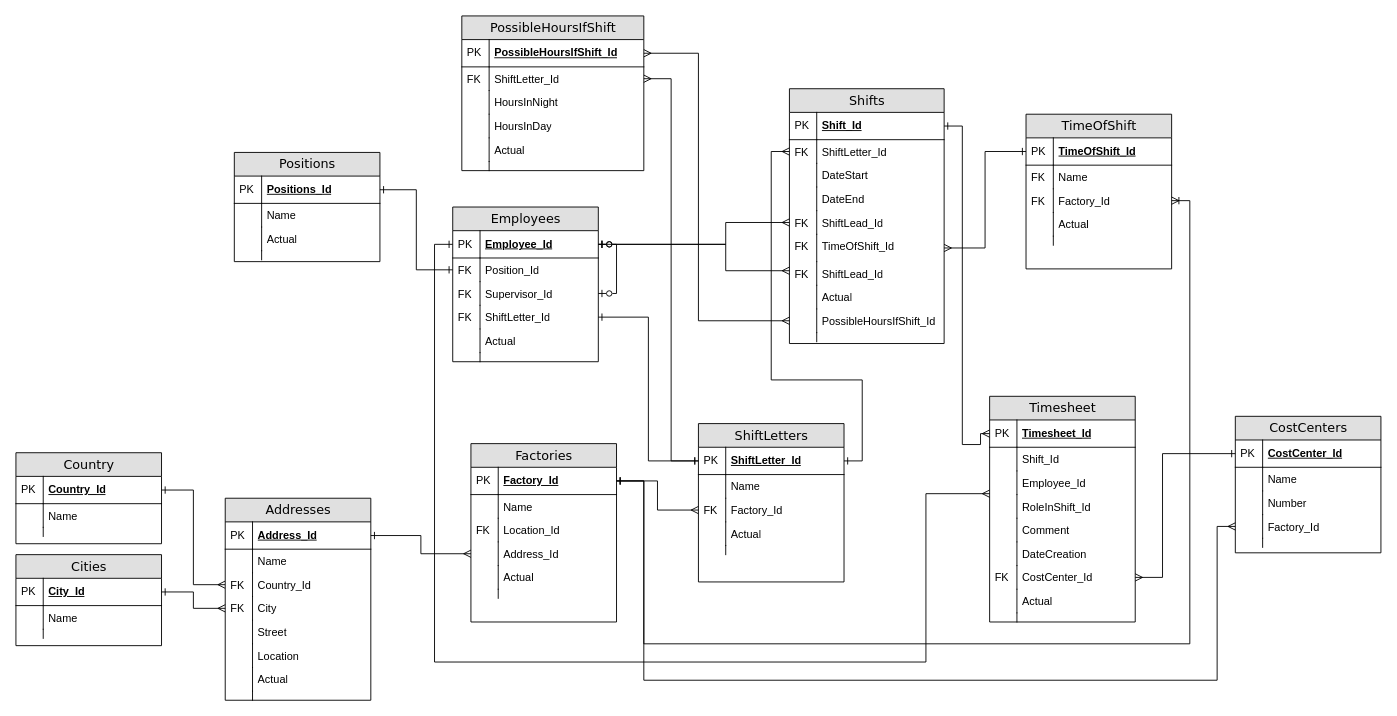
posscriptum/BD_Diagram keeps this draw.io diagram as График работы сотрудников по сменам.drawio. Above is the earlier version. Source tidied: cells renumbered, new cells numbered last; positions are measured from the earlier drawing's top-left corner, leaving out a move shared by most shapes. Both pictures are drawn from the tidied source at 91%, with x=0, y=0 at pixel (15, 15).
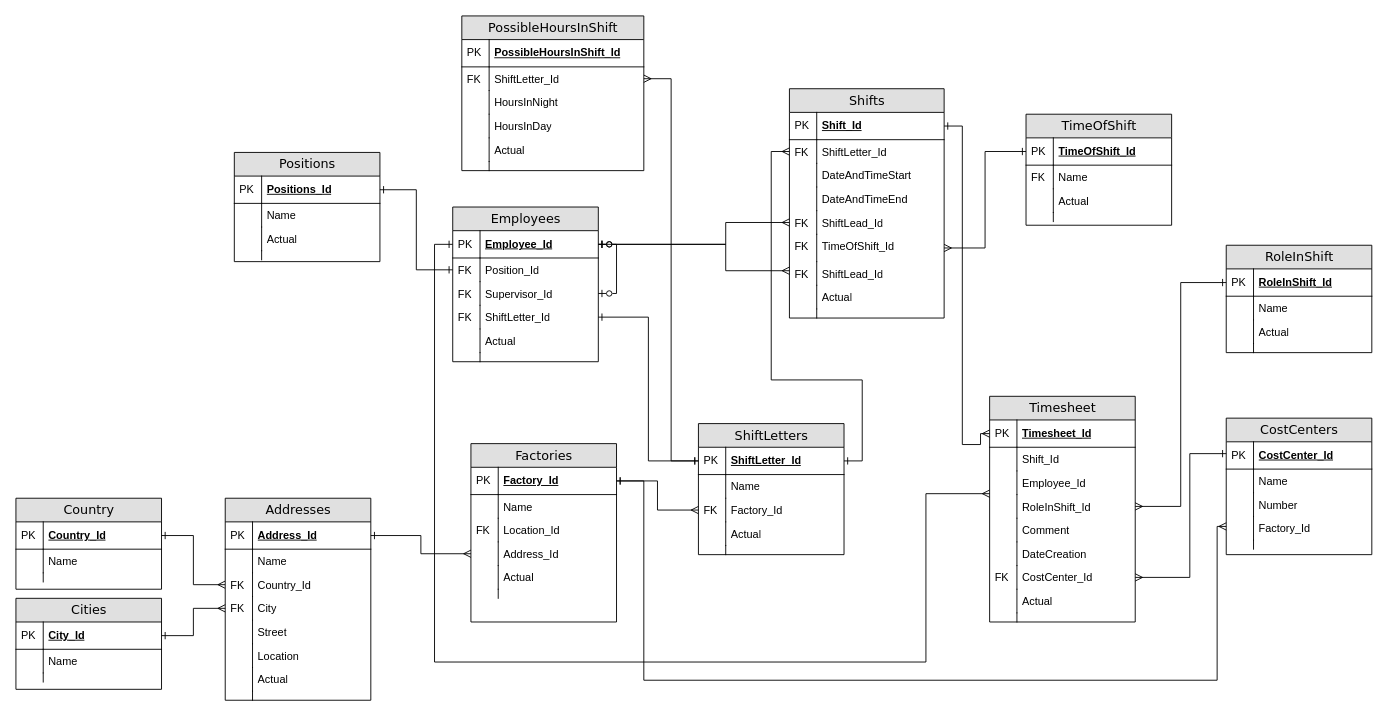
After the change.

The change refers to these unchanged cells:
```xml
<mxCell id="44" value="RoleInShift_Id" style="shape=partialRectangle;top=0;left=0;right=0;bottom=0;html=1;align=left;verticalAlign=top;fillColor=none;spacingLeft=34;spacingRight=4;whiteSpace=wrap;overflow=hidden;points=[[0,0.5],[1,0.5]];portConstraint=eastwest;" parent="37" vertex="1">
  <mxGeometry y="108" width="160" height="26" as="geometry" />
</mxCell>
<mxCell id="50" value="CostCenter_Id" style="shape=partialRectangle;top=0;left=0;right=0;bottom=0;html=1;align=left;verticalAlign=top;fillColor=none;spacingLeft=34;spacingRight=4;whiteSpace=wrap;overflow=hidden;points=[[0,0.5],[1,0.5]];portConstraint=eastwest;" parent="37" vertex="1">
  <mxGeometry y="186" width="160" height="26" as="geometry" />
</mxCell>
<mxCell id="91" value="Factory_Id" style="shape=partialRectangle;top=0;left=0;right=0;bottom=1;html=1;align=left;verticalAlign=middle;fillColor=none;spacingLeft=34;spacingRight=4;whiteSpace=wrap;overflow=hidden;points=[[0,0.5],[1,0.5]];portConstraint=eastwest;fontStyle=5;" parent="90" vertex="1">
  <mxGeometry y="26" width="160" height="30" as="geometry" />
</mxCell>
<mxCell id="145" value="CostCenter_Id" style="shape=partialRectangle;top=0;left=0;right=0;bottom=1;html=1;align=left;verticalAlign=middle;fillColor=none;spacingLeft=34;spacingRight=4;whiteSpace=wrap;overflow=hidden;points=[[0,0.5],[1,0.5]];portConstraint=eastwest;fontStyle=5;" parent="144" vertex="1">
  <mxGeometry y="26" width="160" height="30" as="geometry" />
</mxCell>
```

The edit, as a diff of the source:
```diff
@@
     <mxCell id="2" value="Shifts" style="swimlane;html=1;fontStyle=0;horizontal=1;startSize=26;fillColor=#e0e0e0;swimlaneFillColor=#ffffff;align=center;rounded=0;shadow=0;comic=0;labelBackgroundColor=none;strokeWidth=1;fontFamily=Verdana;fontSize=14;swimlaneLine=1;" parent="1" vertex="1">
-      <mxGeometry x="850" y="80" width="170" height="280" as="geometry" />
+      <mxGeometry x="850" y="80" width="170" height="252" as="geometry" />
     </mxCell>
@@
-    <mxCell id="7" value="DateStart" style="shape=partialRectangle;top=0;left=0;right=0;bottom=0;html=1;align=left;verticalAlign=top;fillColor=none;spacingLeft=34;spacingRight=4;whiteSpace=wrap;overflow=hidden;" parent="2" vertex="1">
+    <mxCell id="7" value="DateAndTimeStart" style="shape=partialRectangle;top=0;left=0;right=0;bottom=0;html=1;align=left;verticalAlign=top;fillColor=none;spacingLeft=34;spacingRight=4;whiteSpace=wrap;overflow=hidden;" parent="2" vertex="1">
       <mxGeometry y="82" width="170" height="26" as="geometry" />
     </mxCell>
@@
-    <mxCell id="9" value="DateEnd" style="shape=partialRectangle;top=0;left=0;right=0;bottom=0;html=1;align=left;verticalAlign=top;fillColor=none;spacingLeft=34;spacingRight=4;whiteSpace=wrap;overflow=hidden;" parent="2" vertex="1">
+    <mxCell id="9" value="DateAndTimeEnd" style="shape=partialRectangle;top=0;left=0;right=0;bottom=0;html=1;align=left;verticalAlign=top;fillColor=none;spacingLeft=34;spacingRight=4;whiteSpace=wrap;overflow=hidden;" parent="2" vertex="1">
       <mxGeometry y="108" width="170" height="26" as="geometry" />
     </mxCell>
@@
-    <mxCell id="19" value="PossibleHoursIfShift_Id" style="shape=partialRectangle;top=0;left=0;right=0;bottom=0;html=1;align=left;verticalAlign=top;fillColor=none;spacingLeft=34;spacingRight=4;whiteSpace=wrap;overflow=hidden;points=[[0,0.5],[1,0.5]];portConstraint=eastwest;" parent="2" vertex="1">
-      <mxGeometry y="242" width="170" height="26" as="geometry" />
-    </mxCell>
-    <mxCell id="20" style="shape=partialRectangle;top=0;left=0;bottom=0;html=1;fillColor=none;align=left;verticalAlign=top;spacingLeft=4;spacingRight=4;whiteSpace=wrap;overflow=hidden;" parent="19" vertex="1">
-      <mxGeometry width="30" height="26" as="geometry" />
-    </mxCell>
     <mxCell id="21" style="shape=partialRectangle;top=0;left=0;right=0;bottom=0;html=1;align=left;verticalAlign=top;fillColor=none;spacingLeft=34;spacingRight=4;whiteSpace=wrap;overflow=hidden;" parent="2" vertex="1">
-      <mxGeometry y="268" width="170" height="10" as="geometry" />
+      <mxGeometry y="242" width="170" height="10" as="geometry" />
     </mxCell>
@@
     <mxCell id="56" value="ShiftLetters" style="swimlane;html=1;fontStyle=0;horizontal=1;startSize=26;fillColor=#e0e0e0;swimlaneFillColor=#ffffff;align=center;rounded=0;shadow=0;comic=0;labelBackgroundColor=none;strokeWidth=1;fontFamily=Verdana;fontSize=14;swimlaneLine=1;" parent="1" vertex="1">
-      <mxGeometry x="750" y="448" width="160" height="174" as="geometry" />
+      <mxGeometry x="750" y="448" width="160" height="144" as="geometry" />
     </mxCell>
@@
     <mxCell id="79" value="TimeOfShift" style="swimlane;html=1;fontStyle=0;horizontal=1;startSize=26;fillColor=#e0e0e0;swimlaneFillColor=#ffffff;align=center;rounded=0;shadow=0;comic=0;labelBackgroundColor=none;strokeWidth=1;fontFamily=Verdana;fontSize=14;" parent="1" vertex="1">
-      <mxGeometry x="1110" y="108" width="160" height="170" as="geometry" />
+      <mxGeometry x="1110" y="108" width="160" height="122" as="geometry" />
     </mxCell>
@@
-    <mxCell id="84" value="Factory_Id" style="shape=partialRectangle;top=0;left=0;right=0;bottom=0;html=1;align=left;verticalAlign=top;fillColor=none;spacingLeft=34;spacingRight=4;whiteSpace=wrap;overflow=hidden;points=[[0,0.5],[1,0.5]];portConstraint=eastwest;" parent="79" vertex="1">
-      <mxGeometry y="82" width="160" height="26" as="geometry" />
-    </mxCell>
-    <mxCell id="85" value="FK" style="shape=partialRectangle;top=0;left=0;bottom=0;html=1;fillColor=none;align=left;verticalAlign=top;spacingLeft=4;spacingRight=4;whiteSpace=wrap;overflow=hidden;" parent="84" vertex="1">
-      <mxGeometry width="30" height="26" as="geometry" />
-    </mxCell>
     <mxCell id="86" value="Actual" style="shape=partialRectangle;top=0;left=0;right=0;bottom=0;html=1;align=left;verticalAlign=top;fillColor=none;spacingLeft=34;spacingRight=4;whiteSpace=wrap;overflow=hidden;" parent="79" vertex="1">
-      <mxGeometry y="108" width="160" height="26" as="geometry" />
+      <mxGeometry y="82" width="160" height="26" as="geometry" />
     </mxCell>
@@
     <mxCell id="88" style="shape=partialRectangle;top=0;left=0;right=0;bottom=0;html=1;align=left;verticalAlign=top;fillColor=none;spacingLeft=34;spacingRight=4;whiteSpace=wrap;overflow=hidden;" parent="79" vertex="1">
-      <mxGeometry y="134" width="160" height="10" as="geometry" />
+      <mxGeometry y="108" width="160" height="10" as="geometry" />
     </mxCell>
@@
-    <mxCell id="107" style="edgeStyle=orthogonalEdgeStyle;rounded=0;jettySize=auto;html=1;entryX=1;entryY=0.5;entryDx=0;entryDy=0;endArrow=ERoneToMany;endFill=0;startArrow=ERone;startFill=0;" parent="1" edge="1" source="91" target="84">
-      <mxGeometry relative="1" as="geometry">
-        <Array as="points">
-          <mxPoint x="690" y="511" />
-          <mxPoint x="690" y="690" />
-          <mxPoint x="1290" y="690" />
-          <mxPoint x="1290" y="203" />
-        </Array>
-      </mxGeometry>
-    </mxCell>
@@
     <mxCell id="110" value="Country" style="swimlane;html=1;fontStyle=0;horizontal=1;startSize=26;fillColor=#e0e0e0;swimlaneFillColor=#ffffff;align=center;rounded=0;shadow=0;comic=0;labelBackgroundColor=none;strokeWidth=1;fontFamily=Verdana;fontSize=14;swimlaneLine=1;" parent="1" vertex="1">
-      <mxGeometry y="480" width="160" height="100" as="geometry" />
+      <mxGeometry y="530" width="160" height="100" as="geometry" />
     </mxCell>
@@
     <mxCell id="136" value="Cities" style="swimlane;html=1;fontStyle=0;horizontal=1;startSize=26;fillColor=#e0e0e0;swimlaneFillColor=#ffffff;align=center;rounded=0;shadow=0;comic=0;labelBackgroundColor=none;strokeWidth=1;fontFamily=Verdana;fontSize=14;swimlaneLine=1;" parent="1" vertex="1">
-      <mxGeometry y="592" width="160" height="100" as="geometry" />
+      <mxGeometry y="640" width="160" height="100" as="geometry" />
     </mxCell>
@@
     <mxCell id="144" value="CostCenters" style="swimlane;html=1;fontStyle=0;horizontal=1;startSize=26;fillColor=#e0e0e0;swimlaneFillColor=#ffffff;align=center;rounded=0;shadow=0;comic=0;labelBackgroundColor=none;strokeWidth=1;fontFamily=Verdana;fontSize=14;swimlaneLine=1;" parent="1" vertex="1">
-      <mxGeometry x="1340" y="440" width="160" height="150" as="geometry" />
+      <mxGeometry x="1330" y="442" width="160" height="150" as="geometry" />
     </mxCell>
@@
     <mxCell id="156" style="edgeStyle=orthogonalEdgeStyle;rounded=0;jettySize=auto;html=1;startArrow=ERone;startFill=0;endArrow=ERmany;endFill=0;" parent="1" edge="1" source="145" target="50">
       <mxGeometry relative="1" as="geometry">
         <Array as="points">
-          <mxPoint x="1260" y="481" />
-          <mxPoint x="1260" y="617" />
+          <mxPoint x="1290" y="481" />
+          <mxPoint x="1290" y="617" />
         </Array>
       </mxGeometry>
     </mxCell>
-    <mxCell id="157" value="PossibleHoursIfShift" style="swimlane;html=1;fontStyle=0;horizontal=1;startSize=26;fillColor=#e0e0e0;swimlaneFillColor=#ffffff;align=center;rounded=0;shadow=0;comic=0;labelBackgroundColor=none;strokeWidth=1;fontFamily=Verdana;fontSize=14;" parent="1" vertex="1">
+    <mxCell id="157" value="PossibleHoursInShift" style="swimlane;html=1;fontStyle=0;horizontal=1;startSize=26;fillColor=#e0e0e0;swimlaneFillColor=#ffffff;align=center;rounded=0;shadow=0;comic=0;labelBackgroundColor=none;strokeWidth=1;fontFamily=Verdana;fontSize=14;" parent="1" vertex="1">
       <mxGeometry x="490" width="200" height="170" as="geometry" />
     </mxCell>
-    <mxCell id="158" value="PossibleHoursIfShift_Id" style="shape=partialRectangle;top=0;left=0;right=0;bottom=1;html=1;align=left;verticalAlign=middle;fillColor=none;spacingLeft=34;spacingRight=4;whiteSpace=wrap;overflow=hidden;points=[[0,0.5],[1,0.5]];portConstraint=eastwest;fontStyle=5;" parent="157" vertex="1">
+    <mxCell id="158" value="PossibleHoursInShift_Id" style="shape=partialRectangle;top=0;left=0;right=0;bottom=1;html=1;align=left;verticalAlign=middle;fillColor=none;spacingLeft=34;spacingRight=4;whiteSpace=wrap;overflow=hidden;points=[[0,0.5],[1,0.5]];portConstraint=eastwest;fontStyle=5;" parent="157" vertex="1">
       <mxGeometry y="26" width="200" height="30" as="geometry" />
     </mxCell>
@@
-    <mxCell id="170" style="edgeStyle=orthogonalEdgeStyle;rounded=0;jettySize=auto;html=1;entryX=1;entryY=0.5;entryDx=0;entryDy=0;startArrow=ERmany;startFill=0;endArrow=ERmany;endFill=0;" parent="1" edge="1" source="19" target="158">
-      <mxGeometry relative="1" as="geometry">
-        <Array as="points">
-          <mxPoint x="750" y="335" />
-          <mxPoint x="750" y="41" />
-        </Array>
-      </mxGeometry>
-    </mxCell>
@@
+    <mxCell id="172" value="RoleInShift" style="swimlane;html=1;fontStyle=0;horizontal=1;startSize=26;fillColor=#e0e0e0;swimlaneFillColor=#ffffff;align=center;rounded=0;shadow=0;comic=0;labelBackgroundColor=none;strokeWidth=1;fontFamily=Verdana;fontSize=14;swimlaneLine=1;" parent="1" vertex="1">
+      <mxGeometry x="1330" y="252" width="160" height="118" as="geometry" />
+    </mxCell>
+    <mxCell id="173" value="RoleInShift_Id" style="shape=partialRectangle;top=0;left=0;right=0;bottom=1;html=1;align=left;verticalAlign=middle;fillColor=none;spacingLeft=34;spacingRight=4;whiteSpace=wrap;overflow=hidden;points=[[0,0.5],[1,0.5]];portConstraint=eastwest;fontStyle=5;" parent="172" vertex="1">
+      <mxGeometry y="26" width="160" height="30" as="geometry" />
+    </mxCell>
+    <mxCell id="174" value="PK" style="shape=partialRectangle;top=0;left=0;bottom=0;html=1;fillColor=none;align=left;verticalAlign=middle;spacingLeft=4;spacingRight=4;whiteSpace=wrap;overflow=hidden;" parent="173" vertex="1">
+      <mxGeometry width="30" height="30" as="geometry" />
+    </mxCell>
+    <mxCell id="175" value="Name" style="shape=partialRectangle;top=0;left=0;right=0;bottom=0;html=1;align=left;verticalAlign=top;fillColor=none;spacingLeft=34;spacingRight=4;whiteSpace=wrap;overflow=hidden;" parent="172" vertex="1">
+      <mxGeometry y="56" width="160" height="26" as="geometry" />
+    </mxCell>
+    <mxCell id="176" style="shape=partialRectangle;top=0;left=0;bottom=0;html=1;fillColor=none;align=left;verticalAlign=top;spacingLeft=4;spacingRight=4;whiteSpace=wrap;overflow=hidden;" parent="175" vertex="1">
+      <mxGeometry width="30" height="26" as="geometry" />
+    </mxCell>
+    <mxCell id="177" value="Actual" style="shape=partialRectangle;top=0;left=0;right=0;bottom=0;html=1;align=left;verticalAlign=top;fillColor=none;spacingLeft=34;spacingRight=4;whiteSpace=wrap;overflow=hidden;" parent="172" vertex="1">
+      <mxGeometry y="82" width="160" height="26" as="geometry" />
+    </mxCell>
+    <mxCell id="178" style="shape=partialRectangle;top=0;left=0;bottom=0;html=1;fillColor=none;align=left;verticalAlign=top;spacingLeft=4;spacingRight=4;whiteSpace=wrap;overflow=hidden;" parent="177" vertex="1">
+      <mxGeometry width="30" height="26" as="geometry" />
+    </mxCell>
+    <mxCell id="179" style="shape=partialRectangle;top=0;left=0;right=0;bottom=0;html=1;align=left;verticalAlign=top;fillColor=none;spacingLeft=34;spacingRight=4;whiteSpace=wrap;overflow=hidden;" parent="172" vertex="1">
+      <mxGeometry y="108" width="160" height="10" as="geometry" />
+    </mxCell>
+    <mxCell id="180" style="shape=partialRectangle;top=0;left=0;bottom=0;html=1;fillColor=none;align=left;verticalAlign=top;spacingLeft=4;spacingRight=4;whiteSpace=wrap;overflow=hidden;" parent="179" vertex="1">
+      <mxGeometry width="30" height="10" as="geometry" />
+    </mxCell>
+    <mxCell id="181" style="edgeStyle=orthogonalEdgeStyle;rounded=0;jettySize=auto;html=1;startArrow=ERone;startFill=0;endArrow=ERmany;endFill=0;" parent="1" edge="1" source="173" target="44">
+      <mxGeometry relative="1" as="geometry" />
+    </mxCell>
```
